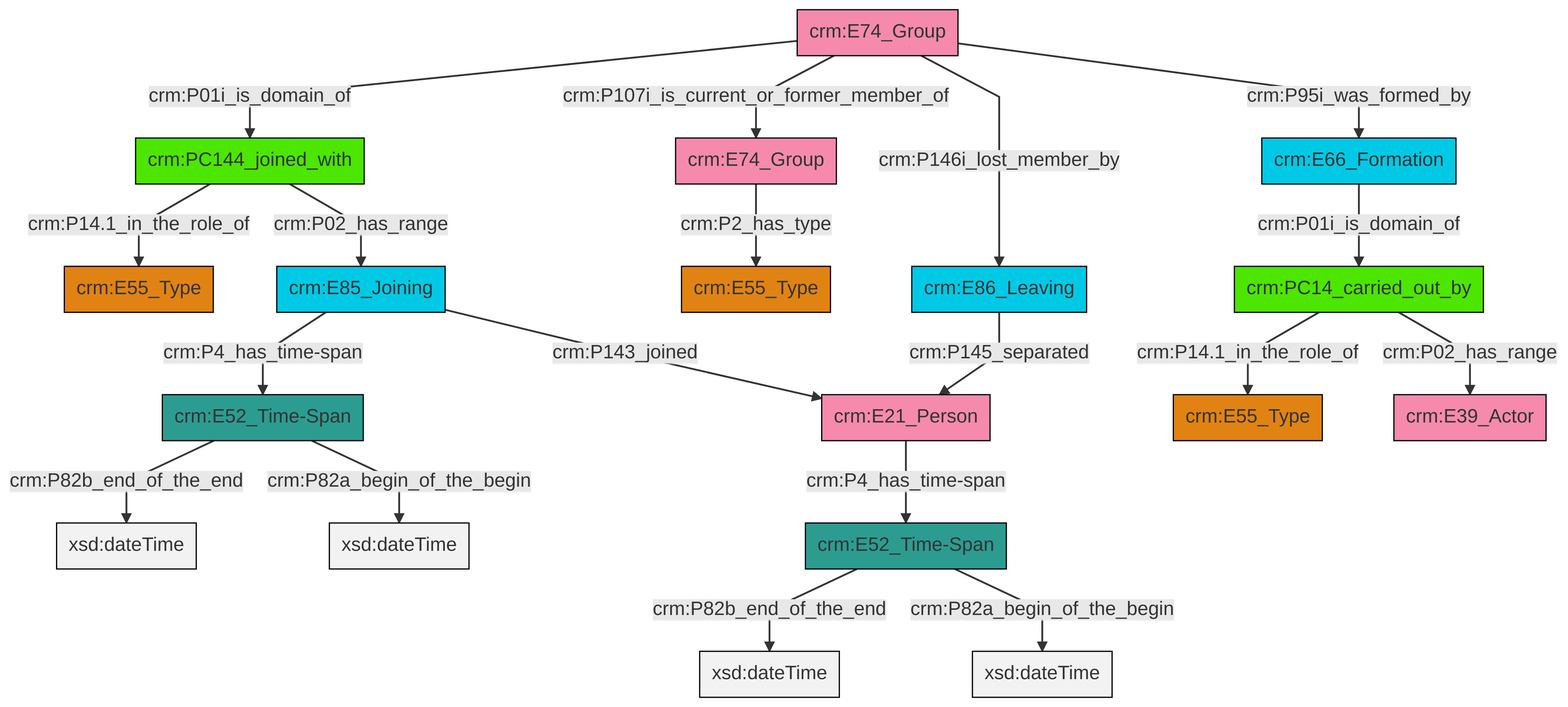
This is et/groupCSV/ttl/mmd/png/group_actor_relations.png from swiss-art-research-net/docs.swissartresearch, a Mermaid export, as it was before one commit. Its source is kept beside it as et/groupCSV/ttl/mmd/group_actor_relations.ttl.mmd.
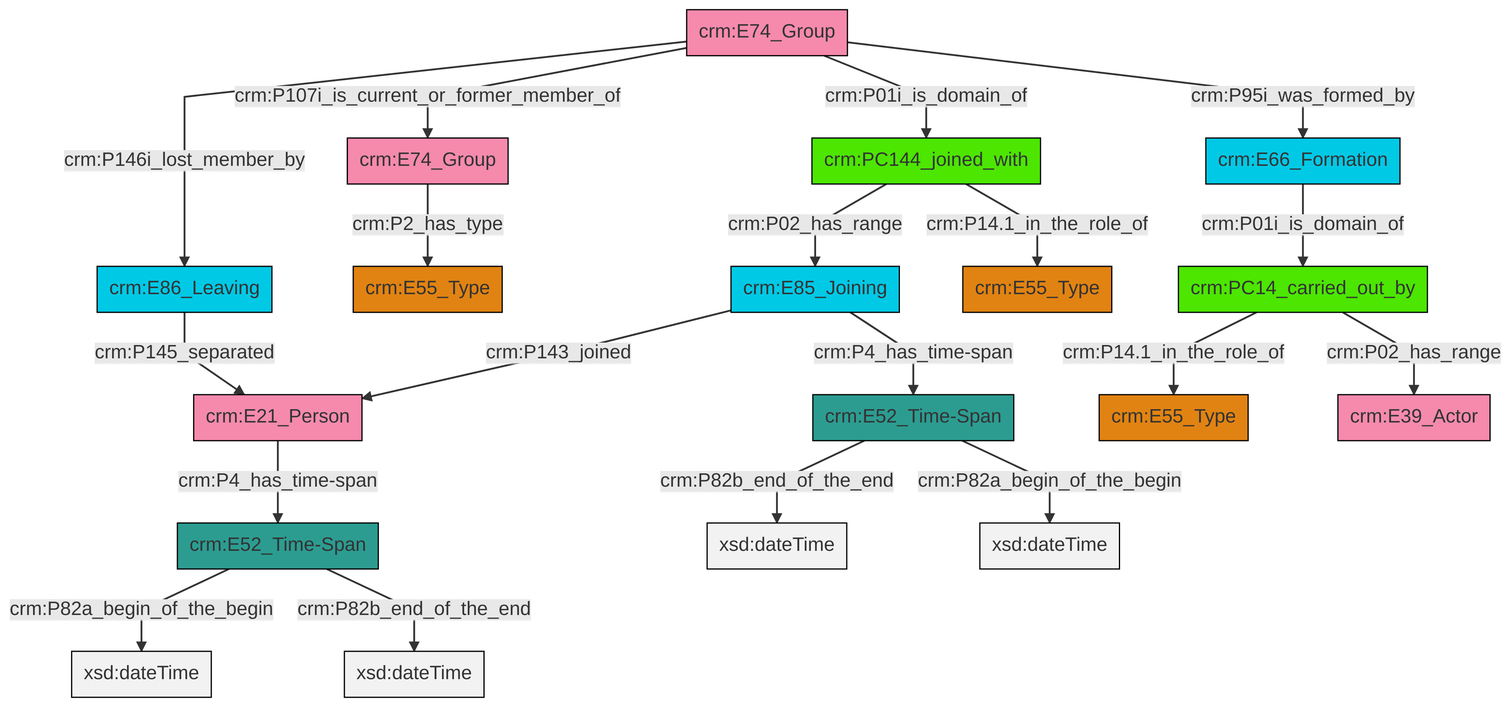
After the commit.

Diff of the diagram source:
```diff
@@ -13,21 +13,21 @@
 classDef PC_Classes fill:#4ce600, stroke:#000000;
 classDef Multi fill:#cccccc,stroke:#000000;
 
-0["crm:E85_Joining"]:::Temporal_Entity -->|crm:P4_has_time-span| 1["crm:E52_Time-Span"]:::Time-Span
-0["crm:E85_Joining"]:::Temporal_Entity -->|crm:P143_joined| 11["crm:E21_Person"]:::Actor
-1["crm:E52_Time-Span"]:::Time-Span -->|crm:P82b_end_of_the_end| 16[xsd:dateTime]:::Literal
-11["crm:E21_Person"]:::Actor -->|crm:P4_has_time-span| 6["crm:E52_Time-Span"]:::Time-Span
-6["crm:E52_Time-Span"]:::Time-Span -->|crm:P82b_end_of_the_end| 19[xsd:dateTime]:::Literal
-14["crm:PC144_joined_with"]:::PC_Classes -->|crm:P14.1_in_the_role_of| 2["crm:E55_Type"]:::Type
-9["crm:PC14_carried_out_by"]:::PC_Classes -->|crm:P14.1_in_the_role_of| 20["crm:E55_Type"]:::Type
-12["crm:E74_Group"]:::Actor -->|crm:P2_has_type| 4["crm:E55_Type"]:::Type
-17["crm:E74_Group"]:::Actor -->|crm:P01i_is_domain_of| 14["crm:PC144_joined_with"]:::PC_Classes
-9["crm:PC14_carried_out_by"]:::PC_Classes -->|crm:P02_has_range| 23["crm:E39_Actor"]:::Actor
-14["crm:PC144_joined_with"]:::PC_Classes -->|crm:P02_has_range| 0["crm:E85_Joining"]:::Temporal_Entity
-1["crm:E52_Time-Span"]:::Time-Span -->|crm:P82a_begin_of_the_begin| 28[xsd:dateTime]:::Literal
-21["crm:E86_Leaving"]:::Temporal_Entity -->|crm:P145_separated| 11["crm:E21_Person"]:::Actor
-17["crm:E74_Group"]:::Actor -->|crm:P107i_is_current_or_former_member_of| 12["crm:E74_Group"]:::Actor
-6["crm:E52_Time-Span"]:::Time-Span -->|crm:P82a_begin_of_the_begin| 31[xsd:dateTime]:::Literal
-17["crm:E74_Group"]:::Actor -->|crm:P146i_lost_member_by| 21["crm:E86_Leaving"]:::Temporal_Entity
-26["crm:E66_Formation"]:::Temporal_Entity -->|crm:P01i_is_domain_of| 9["crm:PC14_carried_out_by"]:::PC_Classes
-17["crm:E74_Group"]:::Actor -->|crm:P95i_was_formed_by| 26["crm:E66_Formation"]:::Temporal_Entity
+0["crm:E74_Group"]:::Actor -->|crm:P2_has_type| 1["crm:E55_Type"]:::Type
+4["crm:PC144_joined_with"]:::PC_Classes -->|crm:P02_has_range| 5["crm:E85_Joining"]:::Temporal_Entity
+8["crm:E74_Group"]:::Actor -->|crm:P146i_lost_member_by| 9["crm:E86_Leaving"]:::Temporal_Entity
+5["crm:E85_Joining"]:::Temporal_Entity -->|crm:P143_joined| 11["crm:E21_Person"]:::Actor
+5["crm:E85_Joining"]:::Temporal_Entity -->|crm:P4_has_time-span| 2["crm:E52_Time-Span"]:::Time-Span
+8["crm:E74_Group"]:::Actor -->|crm:P107i_is_current_or_former_member_of| 0["crm:E74_Group"]:::Actor
+9["crm:E86_Leaving"]:::Temporal_Entity -->|crm:P145_separated| 11["crm:E21_Person"]:::Actor
+2["crm:E52_Time-Span"]:::Time-Span -->|crm:P82b_end_of_the_end| 20[xsd:dateTime]:::Literal
+4["crm:PC144_joined_with"]:::PC_Classes -->|crm:P14.1_in_the_role_of| 12["crm:E55_Type"]:::Type
+21["crm:E66_Formation"]:::Temporal_Entity -->|crm:P01i_is_domain_of| 22["crm:PC14_carried_out_by"]:::PC_Classes
+11["crm:E21_Person"]:::Actor -->|crm:P4_has_time-span| 18["crm:E52_Time-Span"]:::Time-Span
+18["crm:E52_Time-Span"]:::Time-Span -->|crm:P82a_begin_of_the_begin| 23[xsd:dateTime]:::Literal
+22["crm:PC14_carried_out_by"]:::PC_Classes -->|crm:P14.1_in_the_role_of| 6["crm:E55_Type"]:::Type
+8["crm:E74_Group"]:::Actor -->|crm:P01i_is_domain_of| 4["crm:PC144_joined_with"]:::PC_Classes
+2["crm:E52_Time-Span"]:::Time-Span -->|crm:P82a_begin_of_the_begin| 33[xsd:dateTime]:::Literal
+22["crm:PC14_carried_out_by"]:::PC_Classes -->|crm:P02_has_range| 30["crm:E39_Actor"]:::Actor
+8["crm:E74_Group"]:::Actor -->|crm:P95i_was_formed_by| 21["crm:E66_Formation"]:::Temporal_Entity
+18["crm:E52_Time-Span"]:::Time-Span -->|crm:P82b_end_of_the_end| 34[xsd:dateTime]:::Literal
```
